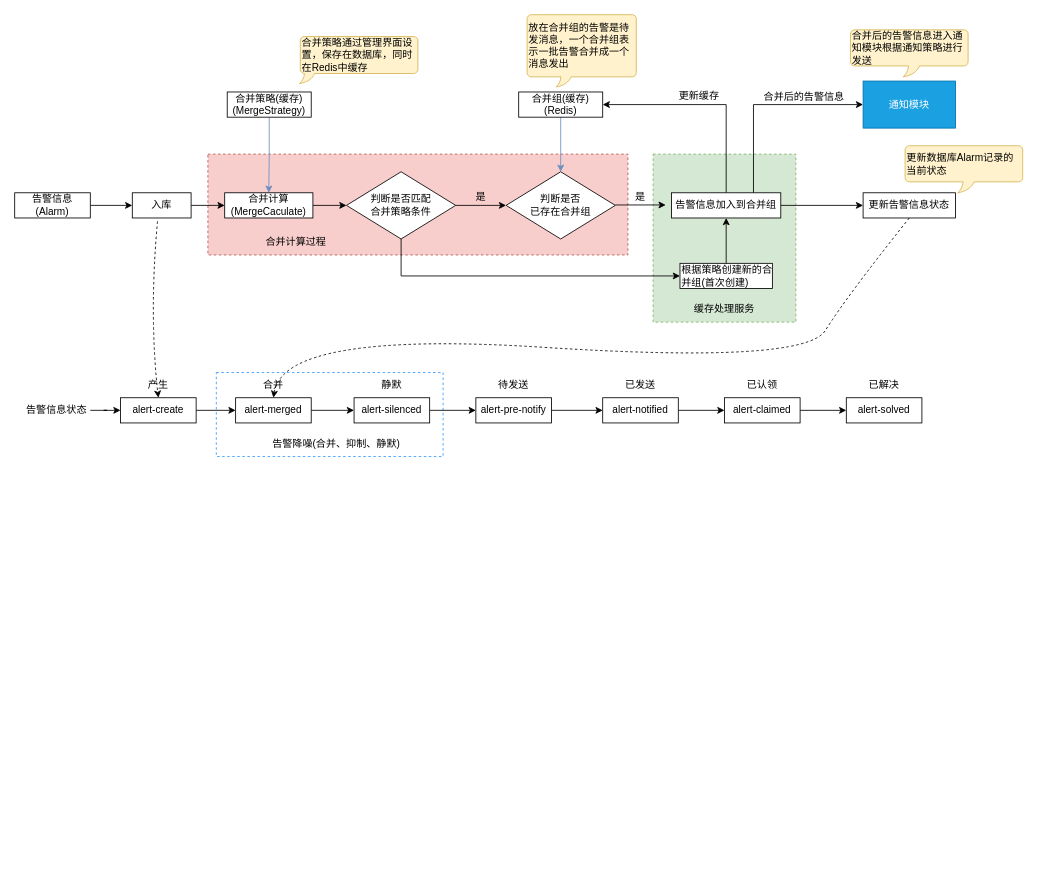
Above: page "告警降噪" (3 of 4) of 设计.drawio in tom1978/alarm (draw.io), before the change. Source tidied: cells renumbered, new cells numbered last; positions are measured from the earlier drawing's top-left corner, leaving out a move shared by most shapes. Both pictures are drawn from the tidied source at 84%, with x=0, y=0 at pixel (14, 14).
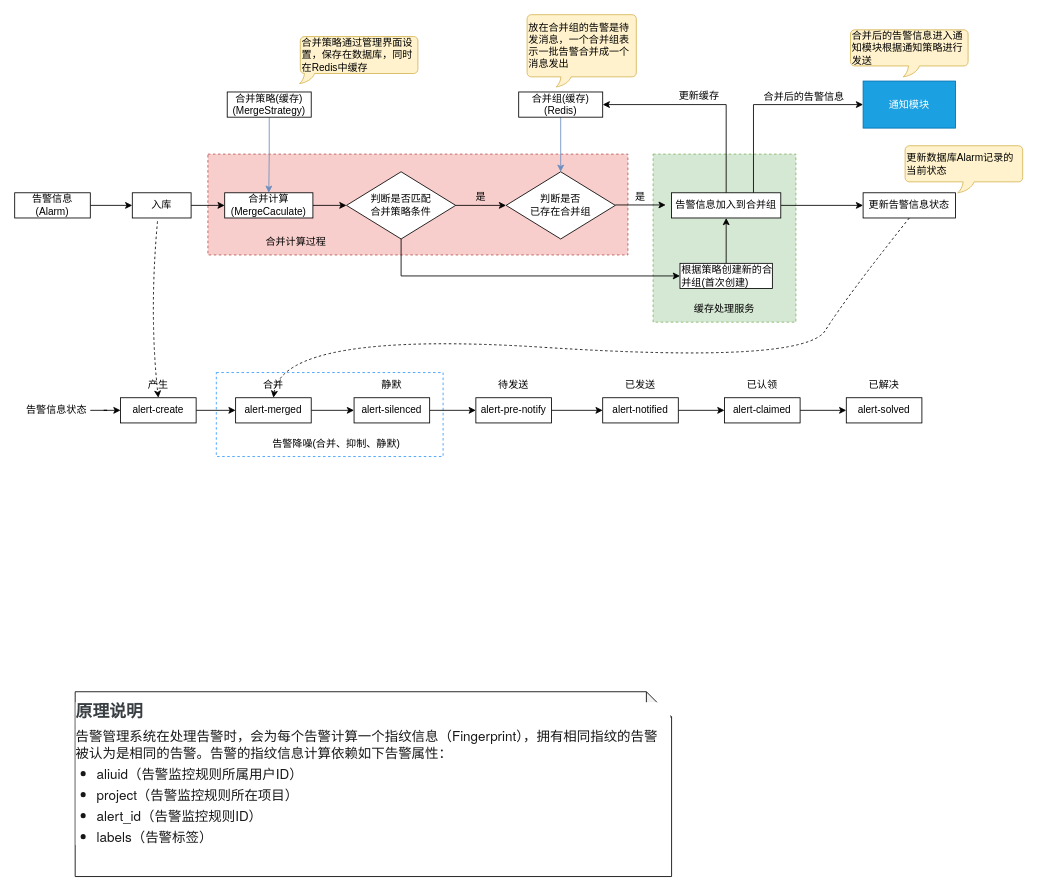
The same page after the edit.

The edit, as a diff of the source:
```diff
@@
+    <mxCell id="63" value="&lt;h2 style=&quot;padding: 0px 0px 10px; margin: 0px; box-sizing: border-box; font-family: &amp;quot;Helvetica Neue&amp;quot;, Helvetica, Arial, sans-serif; line-height: 20px; color: rgb(55, 61, 65); font-size: 20px; border-bottom: initial; position: relative; text-align: start; background-color: rgb(255, 255, 255);&quot; id=&quot;title-c01-rz0-xtp&quot; class=&quot;title sectiontitle&quot;&gt;原理说明&lt;/h2&gt;&lt;div style=&quot;padding: 0px; margin: 0px; box-sizing: border-box; color: rgb(24, 24, 24); font-family: &amp;quot;Helvetica Neue&amp;quot;, Helvetica, Arial, sans-serif; font-size: 16px; text-align: start; background-color: rgb(255, 255, 255);&quot; id=&quot;p-4f7-0ot-9hi&quot; class=&quot;p&quot;&gt;告警管理系统在处理告警时，会为每个告警计算一个指纹信息（Fingerprint），拥有相同指纹的告警被认为是相同的告警。告警的指纹信息计算依赖如下告警属性：&lt;ul style=&quot;padding: 0px 0px 0px 25px; margin: 0px 0px 25px; box-sizing: border-box; list-style: none;&quot; id=&quot;ul-kja-hzw-lg8&quot; class=&quot;ul&quot;&gt;&lt;li style=&quot;padding: 0px; margin: 6px 0px; box-sizing: border-box; list-style: disc;&quot; id=&quot;li-94z-iiq-2ai&quot; class=&quot;li&quot;&gt;aliuid（告警监控规则所属用户ID）&lt;/li&gt;&lt;li style=&quot;padding: 0px; margin: 6px 0px; box-sizing: border-box; list-style: disc;&quot; id=&quot;li-rwo-5bd-euw&quot; class=&quot;li&quot;&gt;project（告警监控规则所在项目）&lt;/li&gt;&lt;li style=&quot;padding: 0px; margin: 6px 0px; box-sizing: border-box; list-style: disc;&quot; id=&quot;li-12h-p3i-lls&quot; class=&quot;li&quot;&gt;alert_id（告警监控规则ID）&lt;/li&gt;&lt;li style=&quot;padding: 0px; margin: 6px 0px; box-sizing: border-box; list-style: disc;&quot; id=&quot;li-7ad-3eb-o67&quot; class=&quot;li&quot;&gt;labels（告警标签）&lt;/li&gt;&lt;/ul&gt;&lt;/div&gt;" style="shape=note;whiteSpace=wrap;html=1;backgroundOutline=1;darkOpacity=0.05;" parent="1" vertex="1">
+      <mxGeometry x="72" y="806" width="710" height="220" as="geometry" />
+    </mxCell>
```
